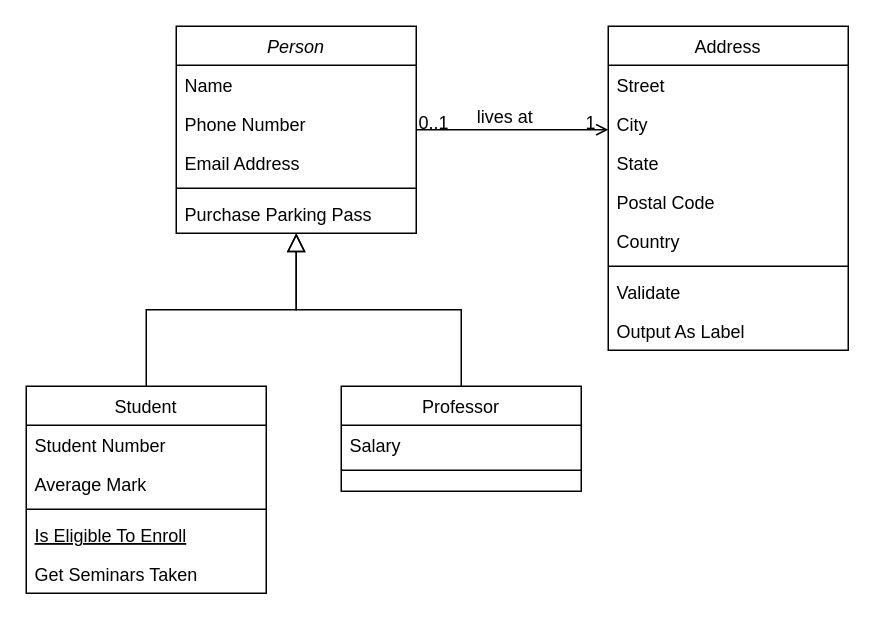
Above: 名称未設定ファイル.drawio in uuronn/surpass-tamshun (draw.io), before the change. Source tidied: cells renumbered, new cells numbered last; positions are measured from the earlier drawing's top-left corner, leaving out a move shared by most shapes. Both pictures are drawn from the tidied source at 150%, with x=0, y=0 at pixel (26, 26).
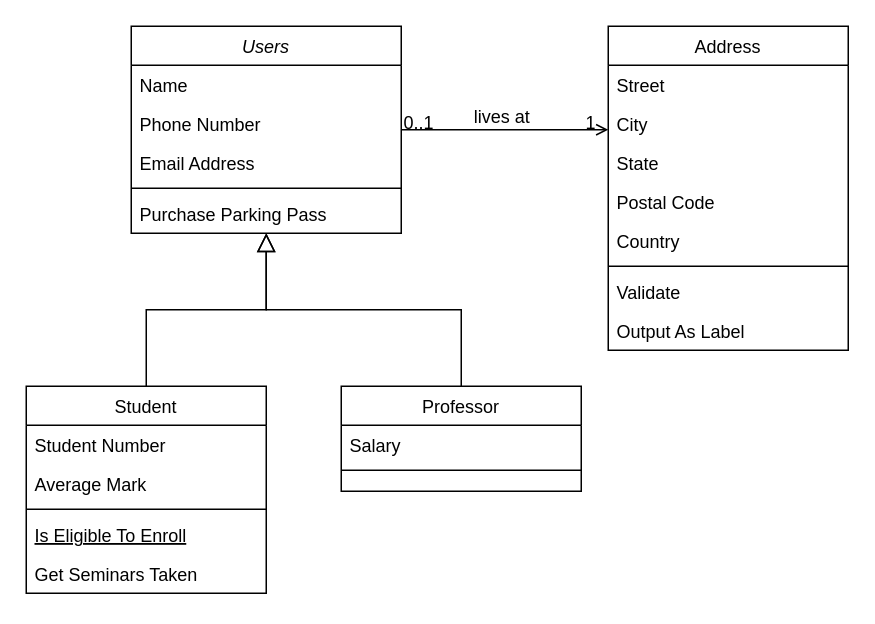
After the change.

What changed in the source:
```diff
@@
-    <mxCell id="2" value="Person" style="swimlane;fontStyle=2;align=center;verticalAlign=top;horizontal=1;startSize=26;rounded=0;shadow=0;strokeWidth=1;" parent="1" vertex="1">
-      <mxGeometry x="100" width="160" height="138" as="geometry" />
+    <mxCell id="2" value="Users" style="swimlane;fontStyle=2;align=center;verticalAlign=top;horizontal=1;startSize=26;rounded=0;shadow=0;strokeWidth=1;" parent="1" vertex="1">
+      <mxGeometry x="70" width="180" height="138" as="geometry" />
     </mxCell>
     <mxCell id="3" value="Name" style="text;align=left;verticalAlign=top;spacingLeft=4;spacingRight=4;overflow=hidden;" parent="2" vertex="1">
-      <mxGeometry y="26" width="160" height="26" as="geometry" />
+      <mxGeometry y="26" width="180" height="26" as="geometry" />
     </mxCell>
     <mxCell id="4" value="Phone Number" style="text;align=left;verticalAlign=top;spacingLeft=4;spacingRight=4;overflow=hidden;rounded=0;shadow=0;html=0;" parent="2" vertex="1">
-      <mxGeometry y="52" width="160" height="26" as="geometry" />
+      <mxGeometry y="52" width="180" height="26" as="geometry" />
     </mxCell>
     <mxCell id="5" value="Email Address" style="text;align=left;verticalAlign=top;spacingLeft=4;spacingRight=4;overflow=hidden;rounded=0;shadow=0;html=0;" parent="2" vertex="1">
-      <mxGeometry y="78" width="160" height="26" as="geometry" />
+      <mxGeometry y="78" width="180" height="26" as="geometry" />
     </mxCell>
     <mxCell id="6" style="line;html=1;strokeWidth=1;align=left;verticalAlign=middle;spacingTop=-1;spacingLeft=3;spacingRight=3;labelPosition=right;" parent="2" vertex="1">
-      <mxGeometry y="104" width="160" height="8" as="geometry" />
+      <mxGeometry y="104" width="180" height="8" as="geometry" />
     </mxCell>
     <mxCell id="7" value="Purchase Parking Pass" style="text;align=left;verticalAlign=top;spacingLeft=4;spacingRight=4;overflow=hidden;" parent="2" vertex="1">
-      <mxGeometry y="112" width="160" height="26" as="geometry" />
+      <mxGeometry y="112" width="180" height="26" as="geometry" />
     </mxCell>
```
